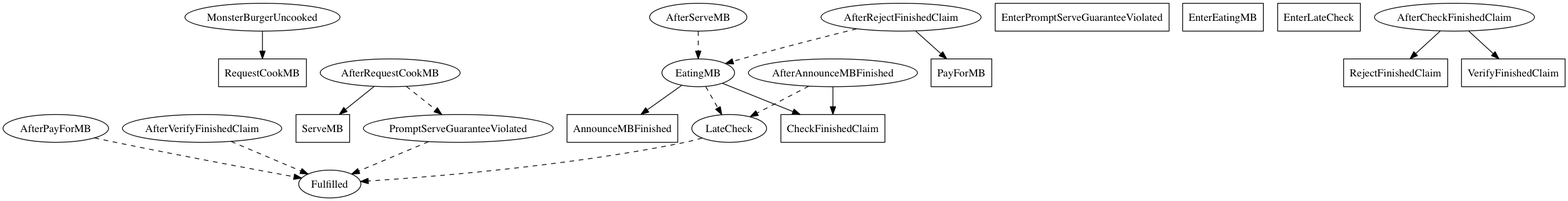
Marcao02/complaw-deeptech keeps this Graphviz diagram as linear_state_machine_language/pyL4/examples_graphviz_gen/monster_burger.png. Above is the earlier version. Its source is kept beside it as linear_state_machine_language/pyL4/examples_graphviz_gen/monster_burger.dot. Its diagram source:
```dot

digraph Monster_Burger {
	RequestCookMB[label=RequestCookMB,shape=box];
	ServeMB[label=ServeMB,shape=box];
	EnterPromptServeGuaranteeViolated[label=EnterPromptServeGuaranteeViolated,shape=box];
	EnterEatingMB[label=EnterEatingMB,shape=box];
	AnnounceMBFinished[label=AnnounceMBFinished,shape=box];
	EnterLateCheck[label=EnterLateCheck,shape=box];
	CheckFinishedClaim[label=CheckFinishedClaim,shape=box];
	RejectFinishedClaim[label=RejectFinishedClaim,shape=box];
	PayForMB[label=PayForMB,shape=box];
	VerifyFinishedClaim[label=VerifyFinishedClaim,shape=box];
	MonsterBurgerUncooked[label=MonsterBurgerUncooked];
	AfterRequestCookMB[label=AfterRequestCookMB];
	AfterServeMB[label=AfterServeMB];
	PromptServeGuaranteeViolated[label=PromptServeGuaranteeViolated];
	EatingMB[label=EatingMB];
	AfterAnnounceMBFinished[label=AfterAnnounceMBFinished];
	LateCheck[label=LateCheck];
	AfterCheckFinishedClaim[label=AfterCheckFinishedClaim];
	AfterRejectFinishedClaim[label=AfterRejectFinishedClaim];
	AfterPayForMB[label=AfterPayForMB];
	AfterVerifyFinishedClaim[label=AfterVerifyFinishedClaim];
	MonsterBurgerUncooked -> RequestCookMB;
	AfterRequestCookMB -> ServeMB;
	AfterRequestCookMB -> PromptServeGuaranteeViolated [style=dashed];
	AfterServeMB -> EatingMB [style=dashed];
	PromptServeGuaranteeViolated -> Fulfilled [style=dashed];
	EatingMB -> AnnounceMBFinished;
	EatingMB -> CheckFinishedClaim;
	EatingMB -> LateCheck [style=dashed];
	AfterAnnounceMBFinished -> CheckFinishedClaim;
	AfterAnnounceMBFinished -> LateCheck [style=dashed];
	LateCheck -> Fulfilled [style=dashed];
	AfterCheckFinishedClaim -> VerifyFinishedClaim;
	AfterCheckFinishedClaim -> RejectFinishedClaim;
	AfterRejectFinishedClaim -> EatingMB [style=dashed];
	AfterRejectFinishedClaim -> PayForMB;
	AfterPayForMB -> Fulfilled [style=dashed];
	AfterVerifyFinishedClaim -> Fulfilled [style=dashed];
}
```
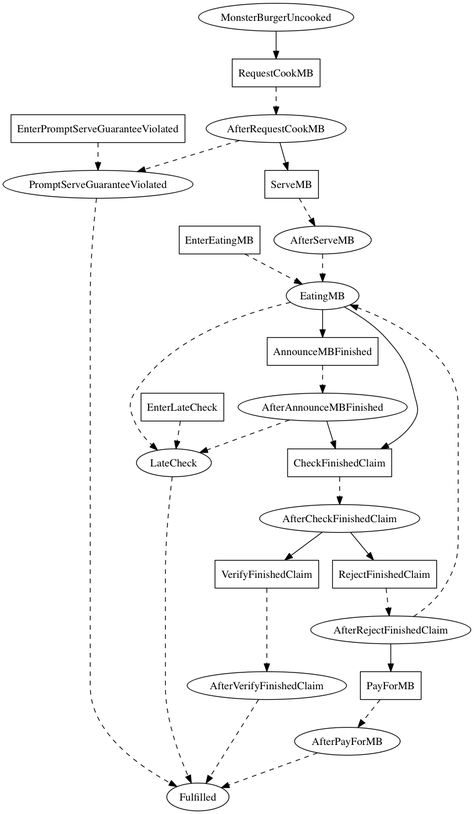
The same file after the commit.

Diff of the diagram source:
```diff
@@ -1,16 +1,6 @@
 
 digraph Monster_Burger {
-	RequestCookMB[label=RequestCookMB,shape=box];
-	ServeMB[label=ServeMB,shape=box];
-	EnterPromptServeGuaranteeViolated[label=EnterPromptServeGuaranteeViolated,shape=box];
-	EnterEatingMB[label=EnterEatingMB,shape=box];
-	AnnounceMBFinished[label=AnnounceMBFinished,shape=box];
-	EnterLateCheck[label=EnterLateCheck,shape=box];
-	CheckFinishedClaim[label=CheckFinishedClaim,shape=box];
-	RejectFinishedClaim[label=RejectFinishedClaim,shape=box];
-	PayForMB[label=PayForMB,shape=box];
-	VerifyFinishedClaim[label=VerifyFinishedClaim,shape=box];
-	MonsterBurgerUncooked[label=MonsterBurgerUncooked];
+    MonsterBurgerUncooked[label=MonsterBurgerUncooked];
 	AfterRequestCookMB[label=AfterRequestCookMB];
 	AfterServeMB[label=AfterServeMB];
 	PromptServeGuaranteeViolated[label=PromptServeGuaranteeViolated];
@@ -20,8 +10,20 @@
 	AfterCheckFinishedClaim[label=AfterCheckFinishedClaim];
 	AfterRejectFinishedClaim[label=AfterRejectFinishedClaim];
 	AfterPayForMB[label=AfterPayForMB];
-	AfterVerifyFinishedClaim[label=AfterVerifyFinishedClaim];
-	MonsterBurgerUncooked -> RequestCookMB;
+	AfterVerifyFinishedClaim[label=AfterVerifyFinishedClaim]
+
+    RequestCookMB[label=RequestCookMB,shape=box];
+	ServeMB[label=ServeMB,shape=box];
+	EnterPromptServeGuaranteeViolated[label=EnterPromptServeGuaranteeViolated,shape=box];
+	EnterEatingMB[label=EnterEatingMB,shape=box];
+	AnnounceMBFinished[label=AnnounceMBFinished,shape=box];
+	EnterLateCheck[label=EnterLateCheck,shape=box];
+	CheckFinishedClaim[label=CheckFinishedClaim,shape=box];
+	RejectFinishedClaim[label=RejectFinishedClaim,shape=box];
+	PayForMB[label=PayForMB,shape=box];
+	VerifyFinishedClaim[label=VerifyFinishedClaim,shape=box]
+
+    MonsterBurgerUncooked -> RequestCookMB;
 	AfterRequestCookMB -> ServeMB;
 	AfterRequestCookMB -> PromptServeGuaranteeViolated [style=dashed];
 	AfterServeMB -> EatingMB [style=dashed];
@@ -37,5 +39,16 @@
 	AfterRejectFinishedClaim -> EatingMB [style=dashed];
 	AfterRejectFinishedClaim -> PayForMB;
 	AfterPayForMB -> Fulfilled [style=dashed];
-	AfterVerifyFinishedClaim -> Fulfilled [style=dashed];
+	AfterVerifyFinishedClaim -> Fulfilled [style=dashed]
+
+    RequestCookMB -> AfterRequestCookMB [style=dashed];
+	ServeMB -> AfterServeMB [style=dashed];
+	EnterPromptServeGuaranteeViolated -> PromptServeGuaranteeViolated [style=dashed];
+	EnterEatingMB -> EatingMB [style=dashed];
+	AnnounceMBFinished -> AfterAnnounceMBFinished [style=dashed];
+	EnterLateCheck -> LateCheck [style=dashed];
+	CheckFinishedClaim -> AfterCheckFinishedClaim [style=dashed];
+	RejectFinishedClaim -> AfterRejectFinishedClaim [style=dashed];
+	PayForMB -> AfterPayForMB [style=dashed];
+	VerifyFinishedClaim -> AfterVerifyFinishedClaim [style=dashed]
 }
```
